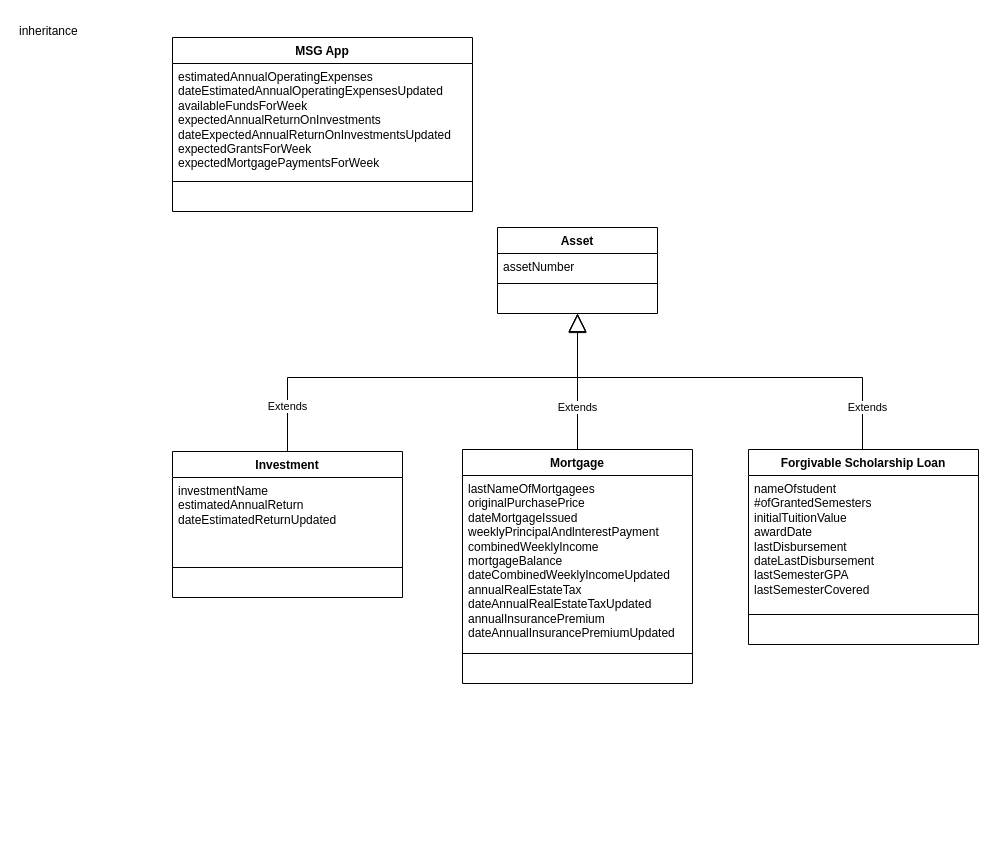
Above: page "With beca-crédito" (1 of 3) of Iteration2-becaCrédito/2. MSG-F Entity Classes.drawio in is-i/MSGF (draw.io), before the change. Source tidied: cells renumbered, new cells numbered last; positions are measured from the earlier drawing's top-left corner, leaving out a move shared by most shapes. Both pictures are drawn from the tidied source at 100%, with x=0, y=0 at pixel (17, 17).
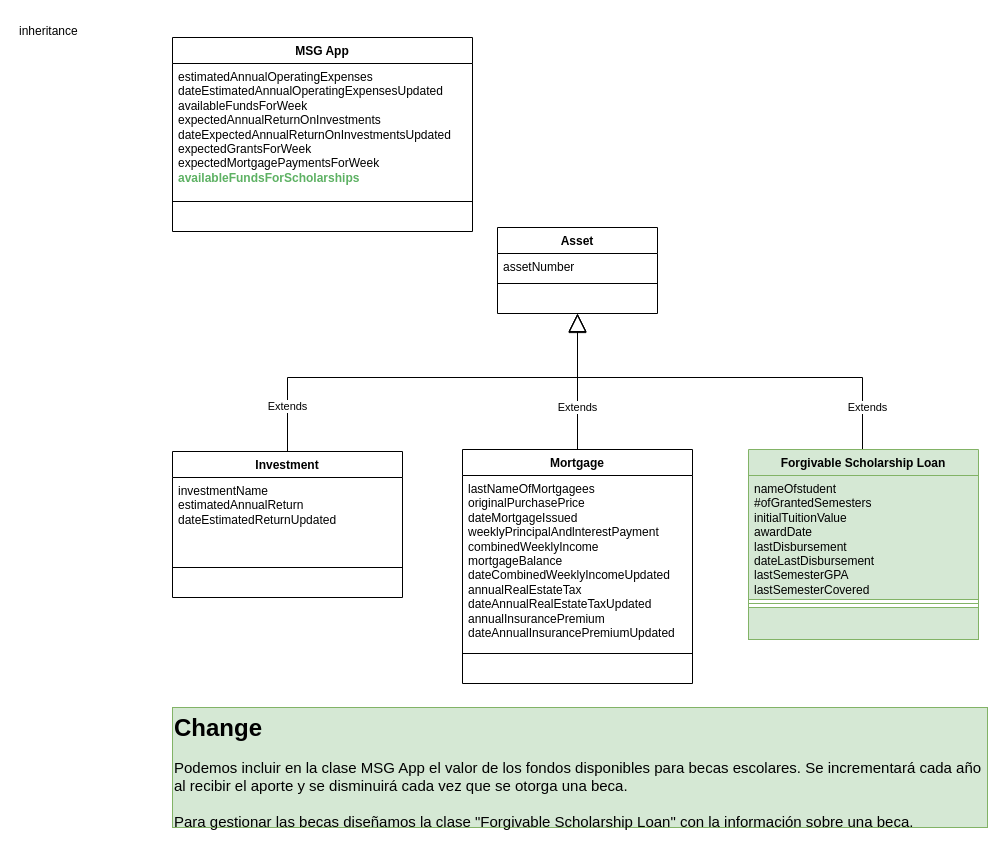
The same page after the edit.

The edit, as a diff of the source:
```diff
@@
     <mxCell id="16" value="MSG App" style="swimlane;fontStyle=1;align=center;verticalAlign=top;horizontal=1;startSize=26;whiteSpace=wrap;html=1;" parent="1" vertex="1">
-      <mxGeometry x="155" y="20" width="300" height="174" as="geometry" />
+      <mxGeometry x="155" y="20" width="300" height="194" as="geometry" />
     </mxCell>
-    <mxCell id="17" value="&lt;div&gt;estimatedAnnualOperatingExpenses&lt;/div&gt;&lt;div&gt;dateEstimatedAnnualOperatingExpensesUpdated&lt;/div&gt;&lt;div&gt;availableFundsForWeek&lt;/div&gt;&lt;div&gt;expectedAnnualReturnOnInvestments&lt;/div&gt;&lt;div&gt;dateExpectedAnnualReturnOnInvestmentsUpdated&lt;/div&gt;&lt;div&gt;expectedGrantsForWeek&lt;/div&gt;&lt;div&gt;expectedMortgagePaymentsForWeek&lt;/div&gt;" style="text;strokeColor=none;fillColor=none;align=left;verticalAlign=top;spacingLeft=4;spacingRight=4;overflow=hidden;whiteSpace=wrap;html=1;" parent="16" vertex="1">
-      <mxGeometry y="26" width="300" height="114" as="geometry" />
+    <mxCell id="17" value="&lt;div&gt;estimatedAnnualOperatingExpenses&lt;/div&gt;&lt;div&gt;dateEstimatedAnnualOperatingExpensesUpdated&lt;/div&gt;&lt;div&gt;availableFundsForWeek&lt;/div&gt;&lt;div&gt;expectedAnnualReturnOnInvestments&lt;/div&gt;&lt;div&gt;dateExpectedAnnualReturnOnInvestmentsUpdated&lt;/div&gt;&lt;div&gt;expectedGrantsForWeek&lt;/div&gt;&lt;div&gt;expectedMortgagePaymentsForWeek&lt;/div&gt;&lt;div&gt;&lt;font style=&quot;color: light-dark(rgb(93, 177, 99), rgb(237, 237, 237));&quot;&gt;&lt;b&gt;availableFundsForScholarships&lt;/b&gt;&lt;/font&gt;&lt;/div&gt;" style="text;strokeColor=none;fillColor=none;align=left;verticalAlign=top;spacingLeft=4;spacingRight=4;overflow=hidden;whiteSpace=wrap;html=1;" parent="16" vertex="1">
+      <mxGeometry y="26" width="300" height="134" as="geometry" />
     </mxCell>
     <mxCell id="18" style="line;strokeWidth=1;fillColor=none;align=left;verticalAlign=middle;spacingTop=-1;spacingLeft=3;spacingRight=3;labelPosition=right;strokeColor=inherit;" parent="16" vertex="1">
-      <mxGeometry y="140" width="300" height="8" as="geometry" />
+      <mxGeometry y="160" width="300" height="8" as="geometry" />
     </mxCell>
     <mxCell id="19" value="&amp;nbsp; &amp;nbsp;" style="text;strokeColor=none;fillColor=none;align=left;verticalAlign=top;spacingLeft=4;spacingRight=4;overflow=hidden;whiteSpace=wrap;html=1;" parent="16" vertex="1">
-      <mxGeometry y="148" width="300" height="26" as="geometry" />
+      <mxGeometry y="168" width="300" height="26" as="geometry" />
     </mxCell>
@@
-    <mxCell id="22" value="Forgivable Scholarship Loan" style="swimlane;fontStyle=1;align=center;verticalAlign=top;horizontal=1;startSize=26;whiteSpace=wrap;html=1;" parent="1" vertex="1">
-      <mxGeometry x="731" y="432" width="230" height="195" as="geometry" />
+    <mxCell id="22" value="Forgivable Scholarship Loan" style="swimlane;fontStyle=1;align=center;verticalAlign=top;horizontal=1;startSize=26;whiteSpace=wrap;html=1;fillColor=#d5e8d4;strokeColor=#82b366;" parent="1" vertex="1">
+      <mxGeometry x="731" y="432" width="230" height="190" as="geometry" />
     </mxCell>
-    <mxCell id="23" value="nameOfstudent&lt;br&gt;#ofGrantedSemesters&lt;div&gt;initialTuitionValue&lt;br&gt;&lt;div&gt;awardDate&lt;/div&gt;&lt;div&gt;lastDisbursement&lt;br&gt;dateLastDisbursement&lt;/div&gt;&lt;/div&gt;&lt;div&gt;lastSemesterGPA&lt;br&gt;lastSemesterCovered&lt;/div&gt;" style="text;strokeColor=none;fillColor=none;align=left;verticalAlign=top;spacingLeft=4;spacingRight=4;overflow=hidden;whiteSpace=wrap;html=1;" parent="22" vertex="1">
-      <mxGeometry y="26" width="230" height="135" as="geometry" />
+    <mxCell id="23" value="nameOfstudent&lt;br&gt;#ofGrantedSemesters&lt;div&gt;initialTuitionValue&lt;br&gt;&lt;div&gt;awardDate&lt;/div&gt;&lt;div&gt;lastDisbursement&lt;br&gt;dateLastDisbursement&lt;/div&gt;&lt;/div&gt;&lt;div&gt;lastSemesterGPA&lt;br&gt;lastSemesterCovered&lt;/div&gt;" style="text;strokeColor=#82b366;fillColor=#d5e8d4;align=left;verticalAlign=top;spacingLeft=4;spacingRight=4;overflow=hidden;whiteSpace=wrap;html=1;" parent="22" vertex="1">
+      <mxGeometry y="26" width="230" height="124" as="geometry" />
     </mxCell>
-    <mxCell id="24" style="line;strokeWidth=1;fillColor=none;align=left;verticalAlign=middle;spacingTop=-1;spacingLeft=3;spacingRight=3;labelPosition=right;strokeColor=inherit;" parent="22" vertex="1">
-      <mxGeometry y="161" width="230" height="8" as="geometry" />
+    <mxCell id="24" style="line;strokeWidth=1;fillColor=#d5e8d4;align=left;verticalAlign=middle;spacingTop=-1;spacingLeft=3;spacingRight=3;labelPosition=right;strokeColor=#82b366;" parent="22" vertex="1">
+      <mxGeometry y="150" width="230" height="8" as="geometry" />
     </mxCell>
-    <mxCell id="25" value="&amp;nbsp; &amp;nbsp;" style="text;strokeColor=none;fillColor=none;align=left;verticalAlign=top;spacingLeft=4;spacingRight=4;overflow=hidden;whiteSpace=wrap;html=1;" parent="22" vertex="1">
-      <mxGeometry y="169" width="230" height="26" as="geometry" />
+    <mxCell id="25" value="&amp;nbsp; &amp;nbsp;" style="text;strokeColor=#82b366;fillColor=#d5e8d4;align=left;verticalAlign=top;spacingLeft=4;spacingRight=4;overflow=hidden;whiteSpace=wrap;html=1;" parent="22" vertex="1">
+      <mxGeometry y="158" width="230" height="32" as="geometry" />
     </mxCell>
+    <mxCell id="26" value="&lt;h1 style=&quot;margin-top: 0px;&quot;&gt;Change&lt;/h1&gt;&lt;p&gt;&lt;font style=&quot;font-size: 15px;&quot;&gt;Podemos incluir en la clase MSG App el valor de los fondos disponibles para becas escolares. Se incrementará cada año al recibir el aporte y se disminuirá cada vez que se otorga una beca.&amp;nbsp;&lt;br&gt;&lt;br&gt;Para gestionar las becas diseñamos la clase &quot;Forgivable Scholarship Loan&quot; con la información sobre una beca.&amp;nbsp;&lt;/font&gt;&lt;/p&gt;" style="text;html=1;whiteSpace=wrap;overflow=hidden;rounded=0;fillColor=#d5e8d4;strokeColor=#82b366;" parent="1" vertex="1">
+      <mxGeometry x="155" y="690" width="815" height="120" as="geometry" />
+    </mxCell>
```
